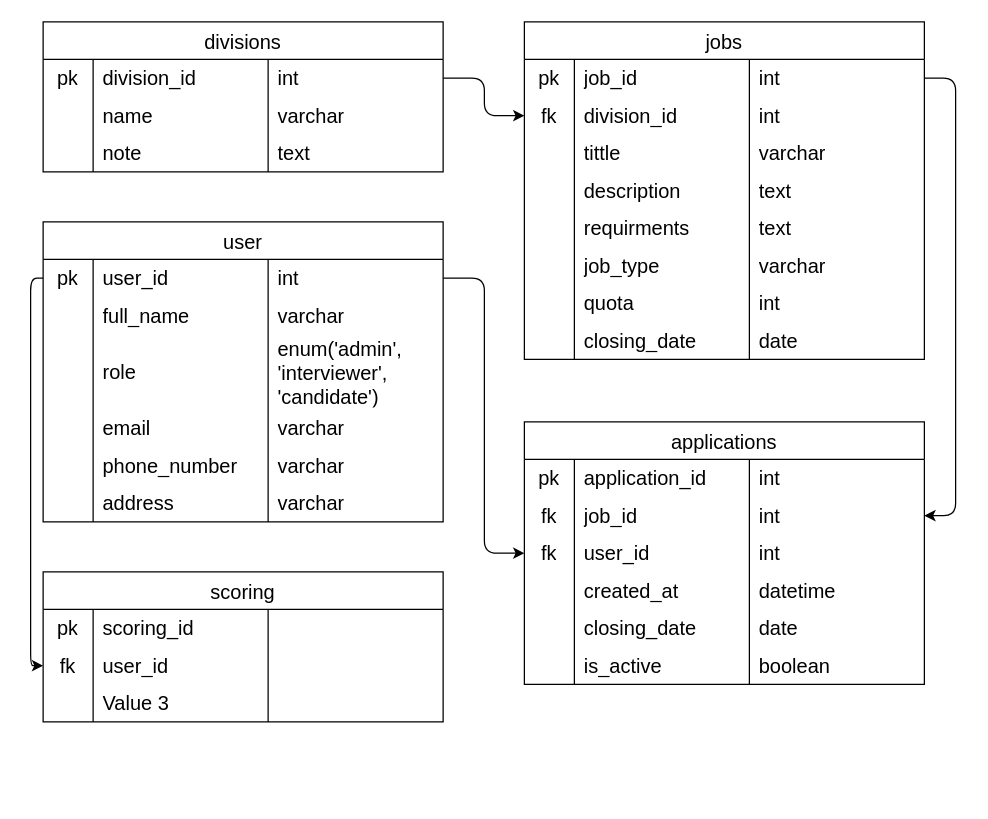
Above: ERD.drawio in xcyltra/Group-3_Final-Exam_AP (draw.io), before the change. Source tidied: cells renumbered, new cells numbered last; positions are measured from the earlier drawing's top-left corner, leaving out a move shared by most shapes. Both pictures are drawn from the tidied source at 125%, with x=0, y=0 at pixel (42, 21).
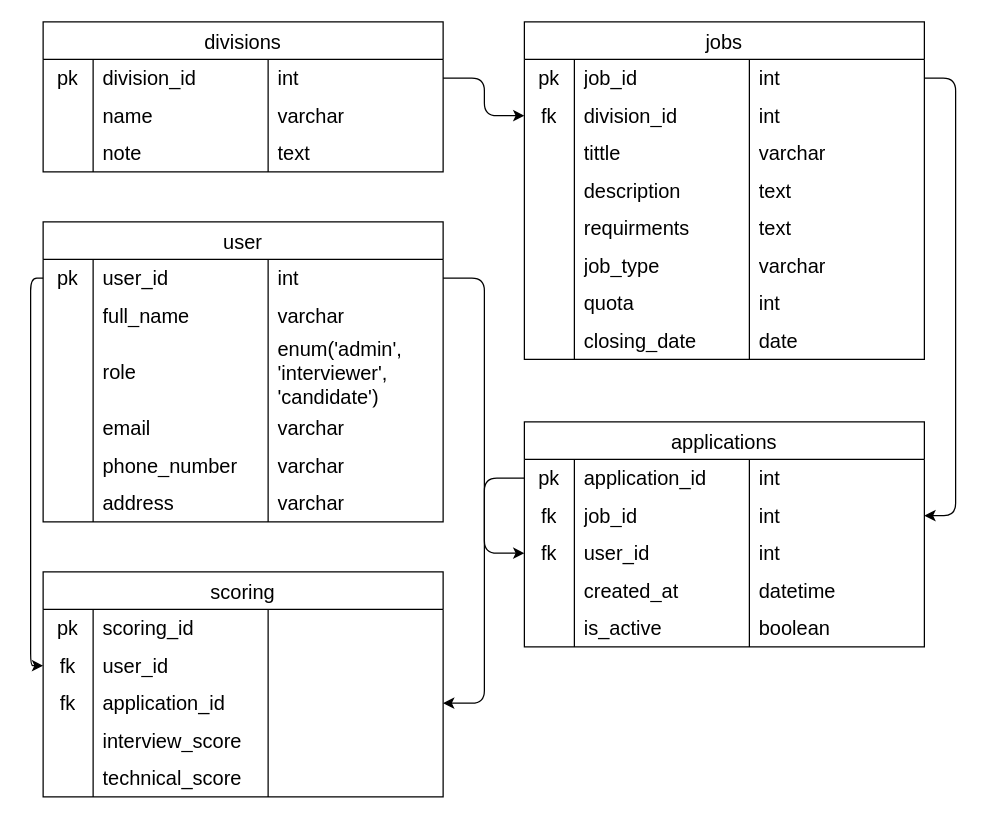
Above is the later version.

Commit message:
update tabel scoring

The change refers to these unchanged cells:
```xml
<mxCell id="74" style="shape=tableRow;horizontal=0;startSize=0;swimlaneHead=0;swimlaneBody=0;top=0;left=0;bottom=0;right=0;fillColor=none;points=[[0,0.5],[1,0.5]];portConstraint=eastwest;strokeColor=inherit;fontSize=16;" parent="73" vertex="1">
  <mxGeometry y="30" width="320" height="30" as="geometry" />
</mxCell>
<mxCell id="110" style="shape=tableRow;horizontal=0;startSize=0;swimlaneHead=0;swimlaneBody=0;top=0;left=0;bottom=0;right=0;fillColor=none;points=[[0,0.5],[1,0.5]];portConstraint=eastwest;strokeColor=inherit;fontSize=16;" parent="101" vertex="1">
  <mxGeometry y="90" width="320" height="30" as="geometry" />
</mxCell>
```

What changed in the source:
```diff
@@
     <mxCell id="73" value="applications" style="shape=table;startSize=30;childLayout=tableLayout;rowLines=0;fontStyle=0;strokeColor=default;fontSize=16;" parent="1" vertex="1">
-      <mxGeometry x="385" y="320" width="320" height="210" as="geometry" />
+      <mxGeometry x="385" y="320" width="320" height="180" as="geometry" />
     </mxCell>
@@
-    <mxCell id="90" style="shape=tableRow;horizontal=0;startSize=0;swimlaneHead=0;swimlaneBody=0;top=0;left=0;bottom=0;right=0;fillColor=none;strokeColor=inherit;fontSize=16;" parent="73" vertex="1">
-      <mxGeometry y="150" width="320" height="30" as="geometry" />
-    </mxCell>
-    <mxCell id="91" style="shape=partialRectangle;html=1;whiteSpace=wrap;fillColor=none;top=0;left=0;bottom=0;right=0;overflow=hidden;strokeColor=inherit;fontSize=16;" parent="90" vertex="1">
-      <mxGeometry width="40" height="30" as="geometry" />
-    </mxCell>
-    <mxCell id="92" value="closing_date" style="shape=partialRectangle;html=1;whiteSpace=wrap;fillColor=none;top=0;left=0;bottom=0;right=0;align=left;spacingLeft=6;overflow=hidden;strokeColor=inherit;fontSize=16;" parent="90" vertex="1">
-      <mxGeometry x="40" width="140" height="30" as="geometry" />
-    </mxCell>
-    <mxCell id="93" value="date" style="shape=partialRectangle;html=1;whiteSpace=wrap;fillColor=none;top=0;left=0;bottom=0;right=0;align=left;spacingLeft=6;overflow=hidden;strokeColor=inherit;fontSize=16;" parent="90" vertex="1">
-      <mxGeometry x="180" width="140" height="30" as="geometry" />
-    </mxCell>
     <mxCell id="94" style="shape=tableRow;horizontal=0;startSize=0;swimlaneHead=0;swimlaneBody=0;top=0;left=0;bottom=0;right=0;fillColor=none;strokeColor=inherit;fontSize=16;" parent="73" vertex="1">
-      <mxGeometry y="180" width="320" height="30" as="geometry" />
+      <mxGeometry y="150" width="320" height="30" as="geometry" />
     </mxCell>
@@
     <mxCell id="101" value="scoring" style="shape=table;startSize=30;childLayout=tableLayout;rowLines=0;fontStyle=0;strokeColor=default;fontSize=16;" parent="1" vertex="1">
-      <mxGeometry y="440" width="320" height="120" as="geometry" />
+      <mxGeometry y="440" width="320" height="180" as="geometry" />
     </mxCell>
@@
-    <mxCell id="111" style="shape=partialRectangle;html=1;whiteSpace=wrap;fillColor=none;top=0;left=0;bottom=0;right=0;overflow=hidden;strokeColor=inherit;fontSize=16;" parent="110" vertex="1">
+    <mxCell id="111" value="fk" style="shape=partialRectangle;html=1;whiteSpace=wrap;fillColor=none;top=0;left=0;bottom=0;right=0;overflow=hidden;strokeColor=inherit;fontSize=16;" parent="110" vertex="1">
       <mxGeometry width="40" height="30" as="geometry" />
     </mxCell>
-    <mxCell id="112" value="Value 3" style="shape=partialRectangle;html=1;whiteSpace=wrap;fillColor=none;top=0;left=0;bottom=0;right=0;align=left;spacingLeft=6;overflow=hidden;strokeColor=inherit;fontSize=16;" parent="110" vertex="1">
+    <mxCell id="112" value="application_id" style="shape=partialRectangle;html=1;whiteSpace=wrap;fillColor=none;top=0;left=0;bottom=0;right=0;align=left;spacingLeft=6;overflow=hidden;strokeColor=inherit;fontSize=16;" parent="110" vertex="1">
       <mxGeometry x="40" width="140" height="30" as="geometry" />
     </mxCell>
@@
+    <mxCell id="115" style="shape=tableRow;horizontal=0;startSize=0;swimlaneHead=0;swimlaneBody=0;top=0;left=0;bottom=0;right=0;fillColor=none;strokeColor=inherit;fontSize=16;" parent="101" vertex="1">
+      <mxGeometry y="120" width="320" height="30" as="geometry" />
+    </mxCell>
+    <mxCell id="116" style="shape=partialRectangle;html=1;whiteSpace=wrap;fillColor=none;top=0;left=0;bottom=0;right=0;overflow=hidden;strokeColor=inherit;fontSize=16;" parent="115" vertex="1">
+      <mxGeometry width="40" height="30" as="geometry" />
+    </mxCell>
+    <mxCell id="117" value="interview_score" style="shape=partialRectangle;html=1;whiteSpace=wrap;fillColor=none;top=0;left=0;bottom=0;right=0;align=left;spacingLeft=6;overflow=hidden;strokeColor=inherit;fontSize=16;" parent="115" vertex="1">
+      <mxGeometry x="40" width="140" height="30" as="geometry" />
+    </mxCell>
+    <mxCell id="118" style="shape=partialRectangle;html=1;whiteSpace=wrap;fillColor=none;top=0;left=0;bottom=0;right=0;align=left;spacingLeft=6;overflow=hidden;strokeColor=inherit;fontSize=16;" parent="115" vertex="1">
+      <mxGeometry x="180" width="140" height="30" as="geometry" />
+    </mxCell>
+    <mxCell id="90" style="shape=tableRow;horizontal=0;startSize=0;swimlaneHead=0;swimlaneBody=0;top=0;left=0;bottom=0;right=0;fillColor=none;strokeColor=inherit;fontSize=16;" parent="101" vertex="1">
+      <mxGeometry y="150" width="320" height="30" as="geometry" />
+    </mxCell>
+    <mxCell id="119" style="shape=partialRectangle;html=1;whiteSpace=wrap;fillColor=none;top=0;left=0;bottom=0;right=0;overflow=hidden;strokeColor=inherit;fontSize=16;" parent="90" vertex="1">
+      <mxGeometry width="40" height="30" as="geometry" />
+    </mxCell>
+    <mxCell id="120" value="technical_score" style="shape=partialRectangle;html=1;whiteSpace=wrap;fillColor=none;top=0;left=0;bottom=0;right=0;align=left;spacingLeft=6;overflow=hidden;strokeColor=inherit;fontSize=16;" parent="90" vertex="1">
+      <mxGeometry x="40" width="140" height="30" as="geometry" />
+    </mxCell>
+    <mxCell id="121" style="shape=partialRectangle;html=1;whiteSpace=wrap;fillColor=none;top=0;left=0;bottom=0;right=0;align=left;spacingLeft=6;overflow=hidden;strokeColor=inherit;fontSize=16;" parent="90" vertex="1">
+      <mxGeometry x="180" width="140" height="30" as="geometry" />
+    </mxCell>
@@
+    <mxCell id="122" style="edgeStyle=elbowEdgeStyle;html=1;entryX=1;entryY=0.5;entryDx=0;entryDy=0;" parent="1" edge="1" source="74" target="110">
+      <mxGeometry relative="1" as="geometry" />
+    </mxCell>
```
